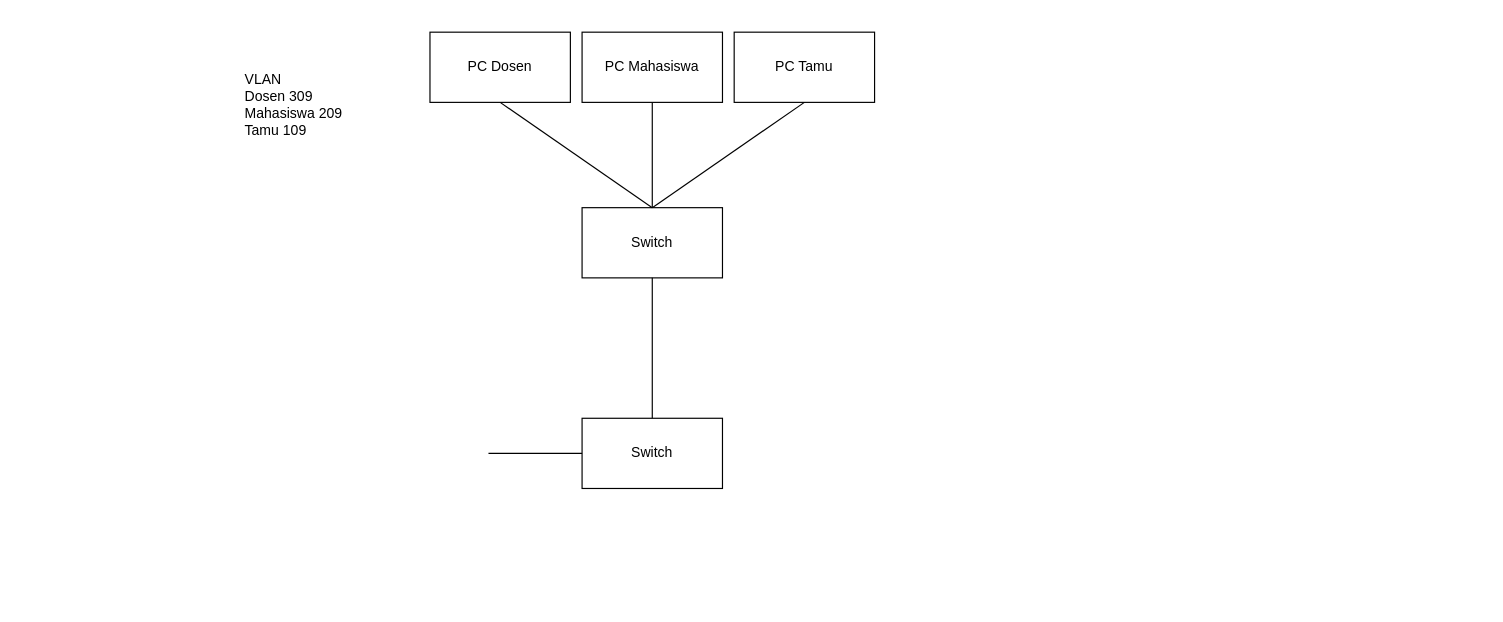
Above: 05-DHCP.drawio in ImNotDanish05/2025_Jaringan-Komputer-II_TI-2A (draw.io), before the change. Source tidied: cells renumbered, new cells numbered last; positions are measured from the earlier drawing's top-left corner, leaving out a move shared by most shapes. Both pictures are drawn from the tidied source at 117%, with x=0, y=0 at pixel (242, 20).
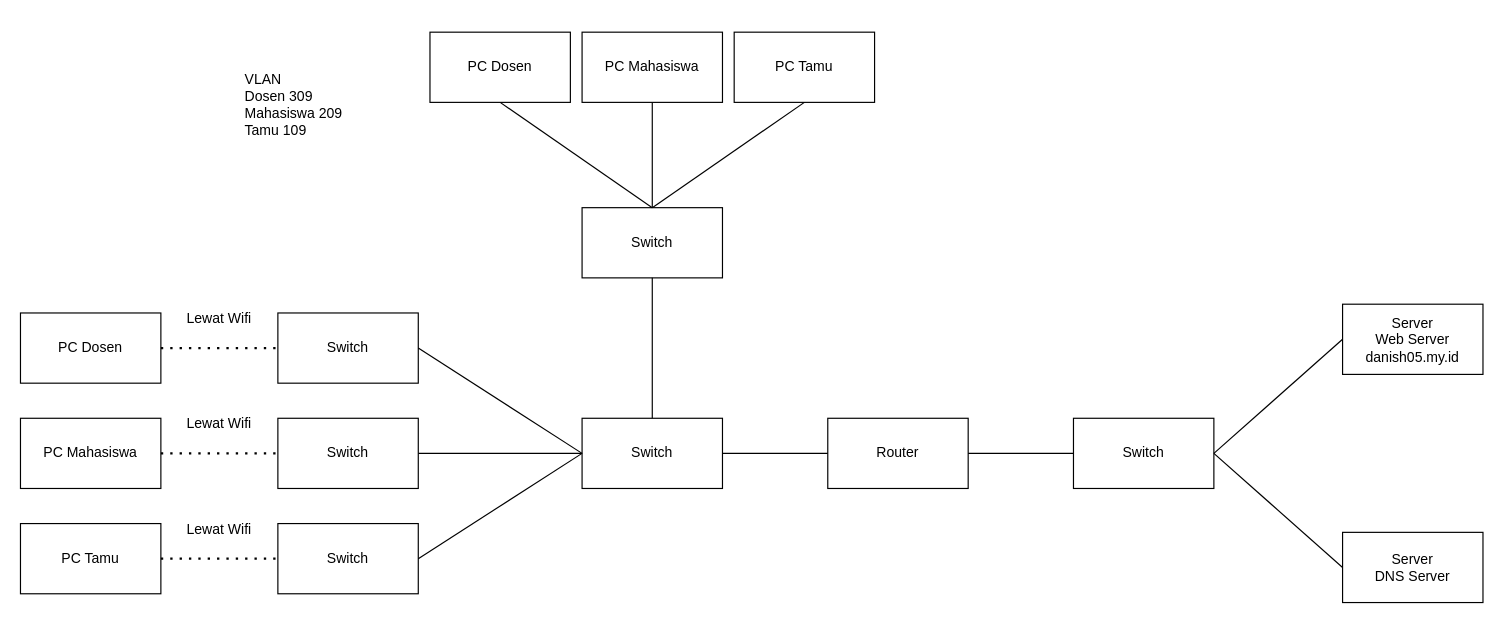
After the change.

The change refers to these unchanged cells:
```xml
<mxCell id="10" value="Switch" style="rounded=0;whiteSpace=wrap;html=1;" parent="1" vertex="1">
  <mxGeometry x="290" y="340" width="120" height="60" as="geometry" />
</mxCell>
```

The edit, as a diff of the source:
```diff
@@
-    <mxCell id="12" style="endArrow=none;html=1;rounded=0;entryX=0;entryY=0.5;entryDx=0;entryDy=0;" parent="1" edge="1" target="10">
-      <mxGeometry relative="1" as="geometry">
-        <mxPoint x="210" y="370" as="sourcePoint" />
-      </mxGeometry>
+    <mxCell id="12" style="endArrow=none;html=1;rounded=0;entryX=0;entryY=0.5;entryDx=0;entryDy=0;exitX=1;exitY=0.5;exitDx=0;exitDy=0;" parent="1" edge="1" source="13" target="10">
+      <mxGeometry relative="1" as="geometry" />
     </mxCell>
+    <mxCell id="13" value="Switch" style="rounded=0;whiteSpace=wrap;html=1;" parent="1" vertex="1">
+      <mxGeometry x="30" y="340" width="120" height="60" as="geometry" />
+    </mxCell>
+    <mxCell id="14" value="Switch" style="rounded=0;whiteSpace=wrap;html=1;" parent="1" vertex="1">
+      <mxGeometry x="30" y="250" width="120" height="60" as="geometry" />
+    </mxCell>
+    <mxCell id="15" value="Switch" style="rounded=0;whiteSpace=wrap;html=1;" parent="1" vertex="1">
+      <mxGeometry x="30" y="430" width="120" height="60" as="geometry" />
+    </mxCell>
+    <mxCell id="16" style="endArrow=none;html=1;rounded=0;entryX=0;entryY=0.5;entryDx=0;entryDy=0;exitX=1;exitY=0.5;exitDx=0;exitDy=0;" parent="1" edge="1" source="15" target="10">
+      <mxGeometry relative="1" as="geometry" />
+    </mxCell>
+    <mxCell id="17" style="endArrow=none;html=1;rounded=0;entryX=0;entryY=0.5;entryDx=0;entryDy=0;exitX=1;exitY=0.5;exitDx=0;exitDy=0;" parent="1" edge="1" source="14" target="10">
+      <mxGeometry relative="1" as="geometry" />
+    </mxCell>
+    <mxCell id="18" value="PC Dosen" style="rounded=0;whiteSpace=wrap;html=1;" parent="1" vertex="1">
+      <mxGeometry x="-190" y="250" width="120" height="60" as="geometry" />
+    </mxCell>
+    <mxCell id="19" value="PC Mahasiswa" style="rounded=0;whiteSpace=wrap;html=1;" parent="1" vertex="1">
+      <mxGeometry x="-190" y="340" width="120" height="60" as="geometry" />
+    </mxCell>
+    <mxCell id="20" value="PC Tamu" style="rounded=0;whiteSpace=wrap;html=1;" parent="1" vertex="1">
+      <mxGeometry x="-190" y="430" width="120" height="60" as="geometry" />
+    </mxCell>
+    <mxCell id="21" style="endArrow=none;dashed=1;html=1;dashPattern=1 3;strokeWidth=2;rounded=0;exitX=1;exitY=0.5;exitDx=0;exitDy=0;entryX=0;entryY=0.5;entryDx=0;entryDy=0;" parent="1" edge="1" source="18" target="14">
+      <mxGeometry relative="1" as="geometry" />
+    </mxCell>
+    <mxCell id="22" style="endArrow=none;dashed=1;html=1;dashPattern=1 3;strokeWidth=2;rounded=0;exitX=1;exitY=0.5;exitDx=0;exitDy=0;entryX=0;entryY=0.5;entryDx=0;entryDy=0;" parent="1" edge="1" source="19" target="13">
+      <mxGeometry relative="1" as="geometry" />
+    </mxCell>
+    <mxCell id="23" style="endArrow=none;dashed=1;html=1;dashPattern=1 3;strokeWidth=2;rounded=0;exitX=1;exitY=0.5;exitDx=0;exitDy=0;entryX=0;entryY=0.5;entryDx=0;entryDy=0;" parent="1" edge="1" source="20" target="15">
+      <mxGeometry relative="1" as="geometry" />
+    </mxCell>
+    <mxCell id="24" value="Lewat Wifi" style="text;html=1;align=center;verticalAlign=middle;whiteSpace=wrap;rounded=0;" parent="1" vertex="1">
+      <mxGeometry x="-50" y="240" width="60" height="30" as="geometry" />
+    </mxCell>
+    <mxCell id="25" value="Lewat Wifi" style="text;html=1;align=center;verticalAlign=middle;whiteSpace=wrap;rounded=0;" parent="1" vertex="1">
+      <mxGeometry x="-50" y="330" width="60" height="30" as="geometry" />
+    </mxCell>
+    <mxCell id="26" value="Lewat Wifi" style="text;html=1;align=center;verticalAlign=middle;whiteSpace=wrap;rounded=0;" parent="1" vertex="1">
+      <mxGeometry x="-50" y="420" width="60" height="30" as="geometry" />
+    </mxCell>
+    <mxCell id="27" value="Router" style="rounded=0;whiteSpace=wrap;html=1;" parent="1" vertex="1">
+      <mxGeometry x="500" y="340" width="120" height="60" as="geometry" />
+    </mxCell>
+    <mxCell id="28" value="Switch" style="rounded=0;whiteSpace=wrap;html=1;" parent="1" vertex="1">
+      <mxGeometry x="710" y="340" width="120" height="60" as="geometry" />
+    </mxCell>
+    <mxCell id="29" value="Server&lt;div&gt;Web Server danish05.my.id&lt;/div&gt;" style="rounded=0;whiteSpace=wrap;html=1;" parent="1" vertex="1">
+      <mxGeometry x="940" y="242.5" width="120" height="60" as="geometry" />
+    </mxCell>
+    <mxCell id="30" value="Server&lt;div&gt;DNS Server&lt;/div&gt;" style="rounded=0;whiteSpace=wrap;html=1;" parent="1" vertex="1">
+      <mxGeometry x="940" y="437.5" width="120" height="60" as="geometry" />
+    </mxCell>
+    <mxCell id="31" style="endArrow=none;html=1;rounded=0;exitX=1;exitY=0.5;exitDx=0;exitDy=0;entryX=0;entryY=0.5;entryDx=0;entryDy=0;" parent="1" edge="1" source="10" target="27">
+      <mxGeometry relative="1" as="geometry" />
+    </mxCell>
+    <mxCell id="32" style="endArrow=none;html=1;rounded=0;exitX=1;exitY=0.5;exitDx=0;exitDy=0;entryX=0;entryY=0.5;entryDx=0;entryDy=0;" parent="1" edge="1" source="27" target="28">
+      <mxGeometry relative="1" as="geometry" />
+    </mxCell>
+    <mxCell id="33" style="endArrow=none;html=1;rounded=0;exitX=1;exitY=0.5;exitDx=0;exitDy=0;entryX=0;entryY=0.5;entryDx=0;entryDy=0;" parent="1" edge="1" source="28" target="29">
+      <mxGeometry relative="1" as="geometry" />
+    </mxCell>
+    <mxCell id="34" style="endArrow=none;html=1;rounded=0;exitX=1;exitY=0.5;exitDx=0;exitDy=0;entryX=0;entryY=0.5;entryDx=0;entryDy=0;" parent="1" edge="1" source="28" target="30">
+      <mxGeometry relative="1" as="geometry" />
+    </mxCell>
```
